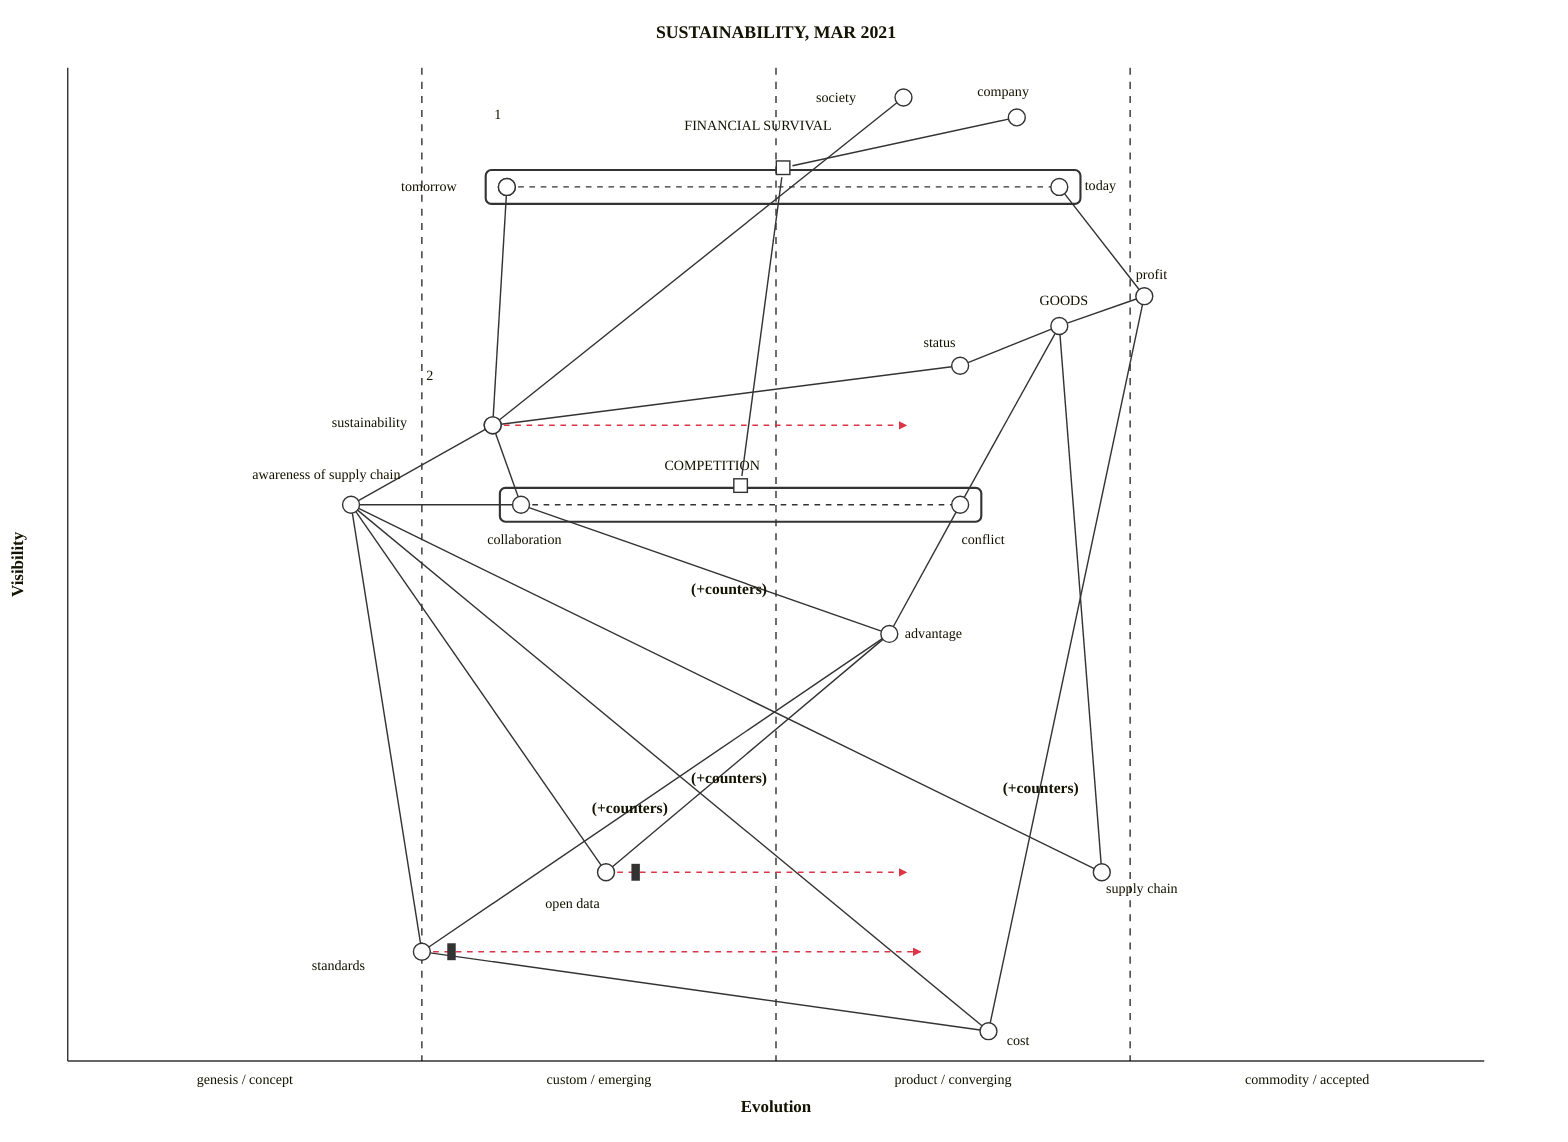
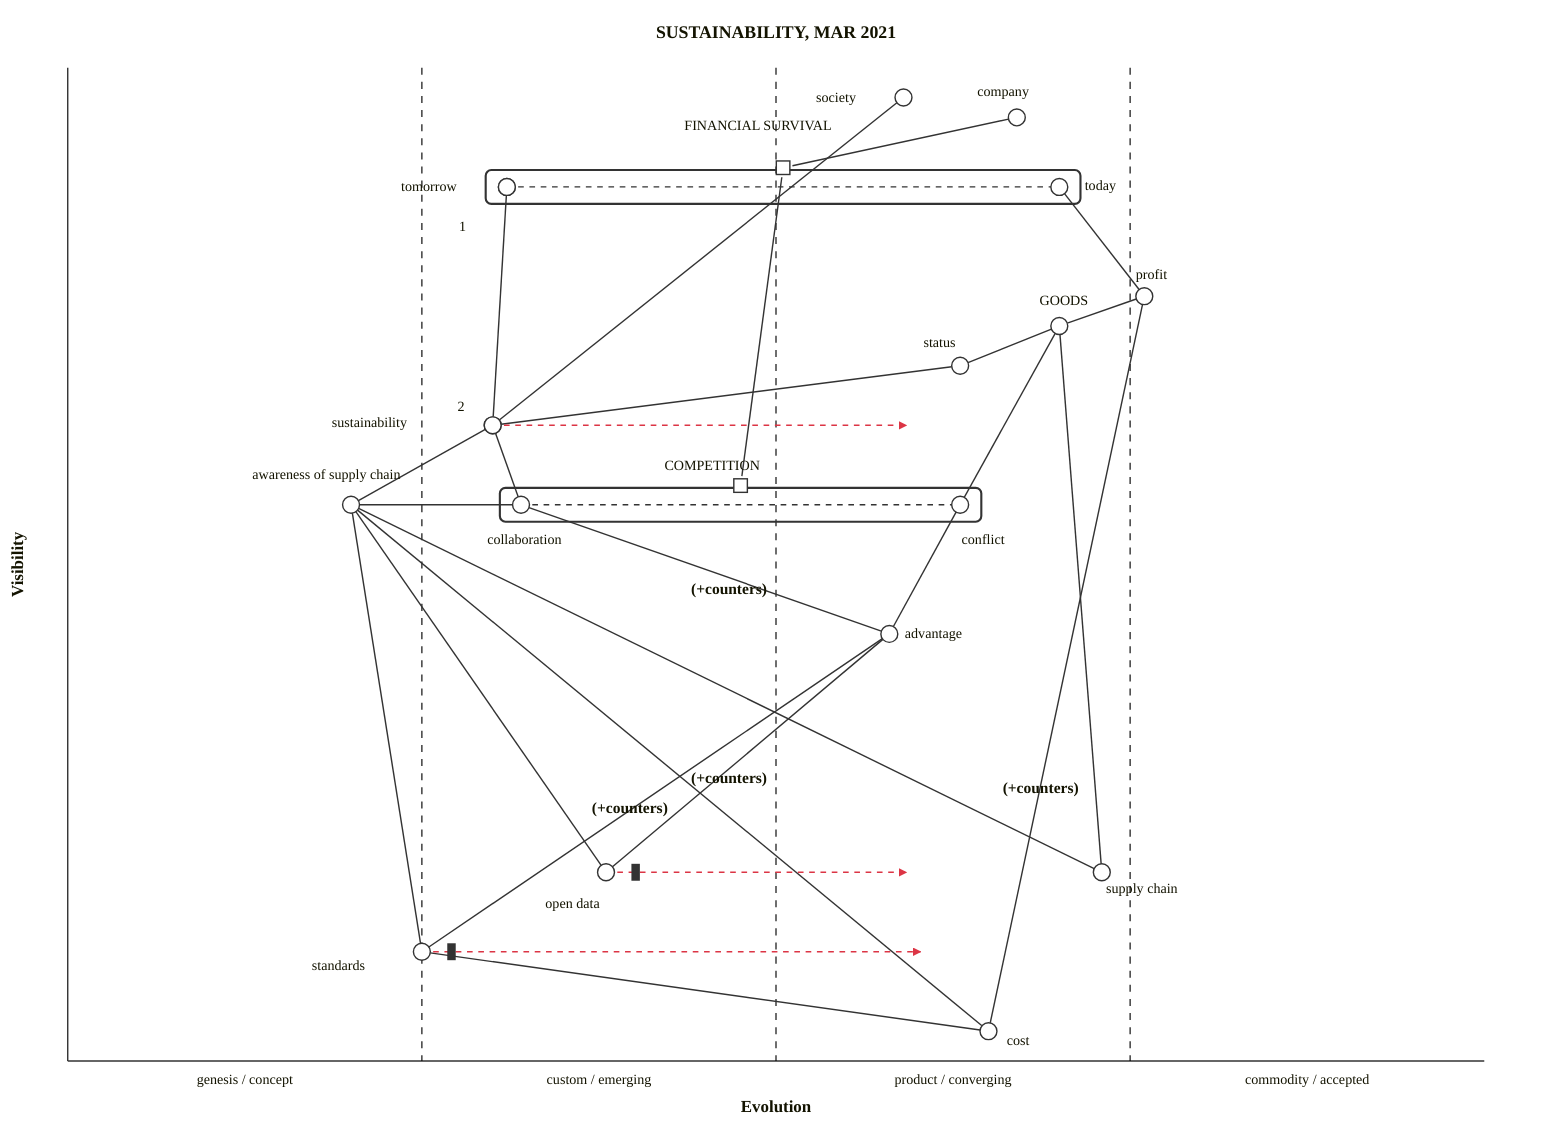
wardley-beta
title SUSTAINABILITY, MAR 2021
size [1100, 800]

evolution genesis / concept -> custom / emerging -> product/ converging -> commodity / accepted

component company [0.95, 0.67] label [-28, -15]
component FINANCIAL SURVIVAL [0.88, 0.64] label [-70, -27]
pipeline FINANCIAL SURVIVAL {
-   component "1" [0.31] label [-9, -48]
+   component "1" [0.31] label [-34, 31]
  component tomorrow [0.31] label [-75, 3]
  component today [0.7] label [18, 2]
}
component sustainability [0.64, 0.30] label [-114, 1]
component profit [0.77, 0.76] label [-6, -12]
component GOODS [0.74, 0.70] label [-14, -15]
component supply chain [0.19, 0.73] label [3, 15]
component awareness of supply chain [0.56, 0.20] label [-70, -18]
component standards [0.11, 0.25] label [-78, 13] (inertia)
component cost [0.03, 0.65] label [13, 10]
component COMPETITION [0.56, 0.55] label [-54, -11]
pipeline COMPETITION {
  component collaboration [0.32] label [-24, 28]
  component conflict [0.63] label [1, 28]
}
component open data [0.19, 0.38] label [-43, 25] (inertia)
component advantage [0.43, 0.58] label [11, 3]
component society [0.97, 0.59] label [-62, 3]

component status [0.70, 0.63] label [-26, -13]
evolve "1" 0.70
- component "2" [0.64, 0.30] label [-47, -32]
+ component "2" [0.64, 0.30] label [-25, -10]
evolve "2" 0.6

evolve open data 0.6
evolve standards 0.61

note "(+counters)" [0.27, 0.66]
note "(+counters)" [0.25, 0.37]
note "(+counters)" [0.28, 0.44]
note "(+counters)" [0.47, 0.44]

evolve collaboration 0.5

company -> FINANCIAL SURVIVAL
tomorrow -> sustainability
today -> profit
profit -> GOODS
GOODS -> supply chain
sustainability -> awareness of supply chain
awareness of supply chain -> supply chain
standards -> awareness of supply chain
COMPETITION -> FINANCIAL SURVIVAL
GOODS -> conflict
sustainability -> collaboration
open data -> awareness of supply chain
standards -> cost
awareness of supply chain -> cost
profit -> cost
conflict -> advantage
advantage -> open data
advantage -> standards

collaboration -> advantage
GOODS -> "marketing"
"marketing" -> sustainability
"marketing" -> sustainability
GOODS -> status
status -> sustainability
society -> sustainability
awareness of supply chain -> collaboration

